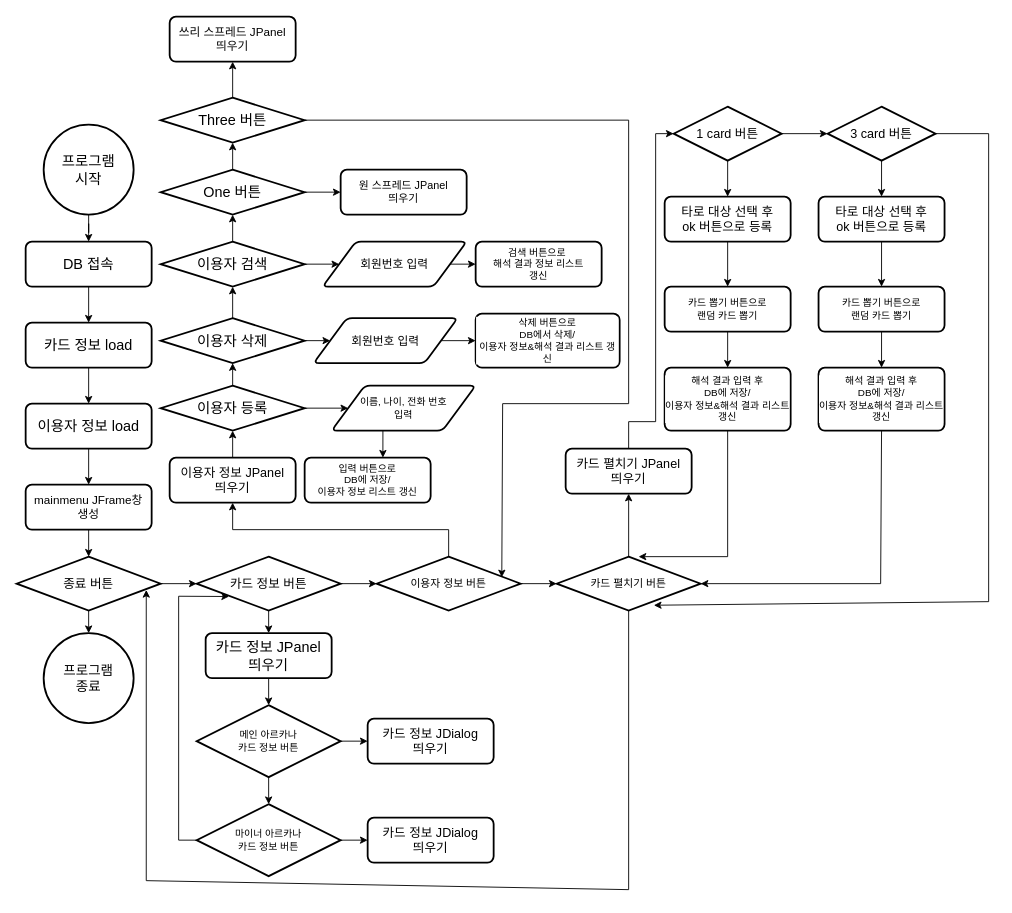
Earlier version of the draw.io diagram 플로우 차트.drawio (GSD-1025/jprojec). Source tidied: cells renumbered, new cells numbered last; positions are measured from the earlier drawing's top-left corner, leaving out a move shared by most shapes. Both pictures are drawn from the tidied source at 90%, with x=0, y=0 at pixel (16, 16).
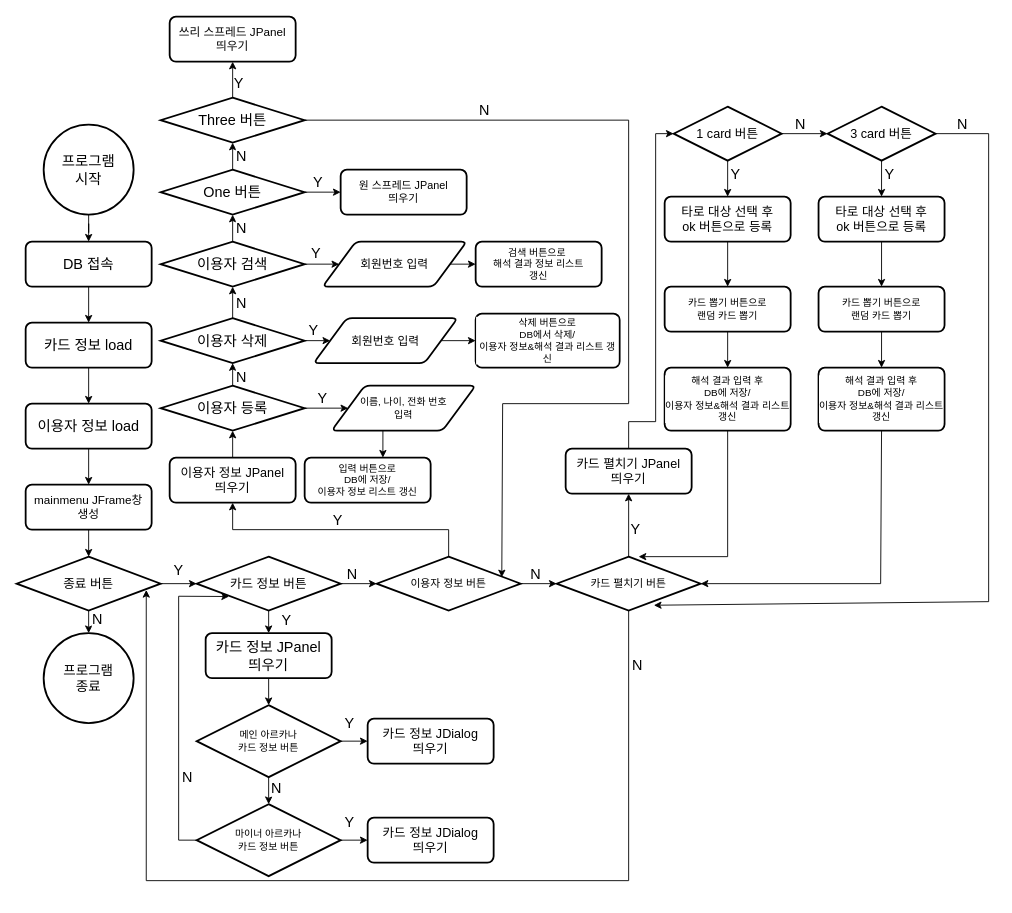
The same diagram, later.

The change refers to these unchanged cells:
```xml
<mxCell id="14" value="&lt;font style=&quot;font-size: 14px;&quot;&gt;종료 버튼&lt;/font&gt;" style="strokeWidth=2;html=1;shape=mxgraph.flowchart.decision;whiteSpace=wrap;fontFamily=Helvetica;fontSize=11;fontColor=default;labelBackgroundColor=default;" parent="1" vertex="1">
  <mxGeometry y="600" width="160" height="60" as="geometry" />
</mxCell>
<mxCell id="62" value="&lt;span style=&quot;font-size: 12px;&quot;&gt;카드 펼치기 버튼&lt;/span&gt;" style="strokeWidth=2;html=1;shape=mxgraph.flowchart.decision;whiteSpace=wrap;fontFamily=Helvetica;fontSize=11;fontColor=default;labelBackgroundColor=default;" parent="1" vertex="1">
  <mxGeometry x="600" y="600" width="160" height="60" as="geometry" />
</mxCell>
```

The edit, as a diff of the source:
```diff
@@
     <mxCell id="60" style="edgeStyle=none;shape=connector;rounded=0;jettySize=auto;html=1;exitX=0.5;exitY=1;exitDx=0;exitDy=0;exitPerimeter=0;strokeColor=default;align=center;verticalAlign=middle;fontFamily=Helvetica;fontSize=11;fontColor=default;labelBackgroundColor=default;endArrow=classic;entryX=0.9;entryY=0.617;entryDx=0;entryDy=0;entryPerimeter=0;" parent="1" edge="1" source="62" target="14">
       <mxGeometry relative="1" as="geometry">
         <Array as="points">
-          <mxPoint x="680" y="970" />
+          <mxPoint x="680" y="960" />
           <mxPoint x="144" y="960" />
         </Array>
       </mxGeometry>
     </mxCell>
@@
+    <mxCell id="83" value="&lt;font style=&quot;font-size: 16px;&quot;&gt;Y&lt;/font&gt;" style="text;html=1;align=center;verticalAlign=middle;whiteSpace=wrap;rounded=0;fontFamily=Helvetica;fontSize=11;fontColor=default;labelBackgroundColor=default;" parent="1" vertex="1">
+      <mxGeometry x="150" y="600" width="60" height="30" as="geometry" />
+    </mxCell>
+    <mxCell id="84" value="&lt;font style=&quot;font-size: 16px;&quot;&gt;Y&lt;/font&gt;" style="text;html=1;align=center;verticalAlign=middle;whiteSpace=wrap;rounded=0;fontFamily=Helvetica;fontSize=11;fontColor=default;labelBackgroundColor=default;" parent="1" vertex="1">
+      <mxGeometry x="270" y="655" width="60" height="30" as="geometry" />
+    </mxCell>
+    <mxCell id="85" value="&lt;font style=&quot;font-size: 16px;&quot;&gt;Y&lt;/font&gt;" style="text;html=1;align=center;verticalAlign=middle;whiteSpace=wrap;rounded=0;fontFamily=Helvetica;fontSize=11;fontColor=default;labelBackgroundColor=default;" parent="1" vertex="1">
+      <mxGeometry x="340" y="770" width="60" height="30" as="geometry" />
+    </mxCell>
+    <mxCell id="86" value="&lt;font style=&quot;font-size: 16px;&quot;&gt;Y&lt;/font&gt;" style="text;html=1;align=center;verticalAlign=middle;whiteSpace=wrap;rounded=0;fontFamily=Helvetica;fontSize=11;fontColor=default;labelBackgroundColor=default;" parent="1" vertex="1">
+      <mxGeometry x="340" y="880" width="60" height="30" as="geometry" />
+    </mxCell>
+    <mxCell id="87" value="&lt;font style=&quot;font-size: 16px;&quot;&gt;Y&lt;/font&gt;" style="text;html=1;align=center;verticalAlign=middle;whiteSpace=wrap;rounded=0;fontFamily=Helvetica;fontSize=11;fontColor=default;labelBackgroundColor=default;" parent="1" vertex="1">
+      <mxGeometry x="300" y="333" width="60" height="30" as="geometry" />
+    </mxCell>
+    <mxCell id="88" value="&lt;font style=&quot;font-size: 16px;&quot;&gt;Y&lt;/font&gt;" style="text;html=1;align=center;verticalAlign=middle;whiteSpace=wrap;rounded=0;fontFamily=Helvetica;fontSize=11;fontColor=default;labelBackgroundColor=default;" parent="1" vertex="1">
+      <mxGeometry x="310" y="409" width="60" height="30" as="geometry" />
+    </mxCell>
+    <mxCell id="89" value="&lt;font style=&quot;font-size: 16px;&quot;&gt;Y&lt;/font&gt;" style="text;html=1;align=center;verticalAlign=middle;whiteSpace=wrap;rounded=0;fontFamily=Helvetica;fontSize=11;fontColor=default;labelBackgroundColor=default;" parent="1" vertex="1">
+      <mxGeometry x="303" y="248" width="60" height="30" as="geometry" />
+    </mxCell>
+    <mxCell id="90" value="&lt;font style=&quot;font-size: 16px;&quot;&gt;Y&lt;/font&gt;" style="text;html=1;align=center;verticalAlign=middle;whiteSpace=wrap;rounded=0;fontFamily=Helvetica;fontSize=11;fontColor=default;labelBackgroundColor=default;" parent="1" vertex="1">
+      <mxGeometry x="327" y="544" width="60" height="30" as="geometry" />
+    </mxCell>
+    <mxCell id="91" value="&lt;font style=&quot;font-size: 16px;&quot;&gt;Y&lt;/font&gt;" style="text;html=1;align=center;verticalAlign=middle;whiteSpace=wrap;rounded=0;fontFamily=Helvetica;fontSize=11;fontColor=default;labelBackgroundColor=default;" parent="1" vertex="1">
+      <mxGeometry x="305" y="169" width="60" height="30" as="geometry" />
+    </mxCell>
+    <mxCell id="92" value="&lt;font style=&quot;font-size: 16px;&quot;&gt;Y&lt;/font&gt;" style="text;html=1;align=center;verticalAlign=middle;whiteSpace=wrap;rounded=0;fontFamily=Helvetica;fontSize=11;fontColor=default;labelBackgroundColor=default;" parent="1" vertex="1">
+      <mxGeometry x="217" y="59" width="60" height="30" as="geometry" />
+    </mxCell>
+    <mxCell id="93" value="&lt;font style=&quot;font-size: 16px;&quot;&gt;Y&lt;/font&gt;" style="text;html=1;align=center;verticalAlign=middle;whiteSpace=wrap;rounded=0;fontFamily=Helvetica;fontSize=11;fontColor=default;labelBackgroundColor=default;" parent="1" vertex="1">
+      <mxGeometry x="658" y="554" width="60" height="30" as="geometry" />
+    </mxCell>
+    <mxCell id="94" value="&lt;font style=&quot;font-size: 16px;&quot;&gt;Y&lt;/font&gt;" style="text;html=1;align=center;verticalAlign=middle;whiteSpace=wrap;rounded=0;fontFamily=Helvetica;fontSize=11;fontColor=default;labelBackgroundColor=default;" parent="1" vertex="1">
+      <mxGeometry x="769" y="160" width="60" height="30" as="geometry" />
+    </mxCell>
+    <mxCell id="95" value="&lt;font style=&quot;font-size: 16px;&quot;&gt;Y&lt;/font&gt;" style="text;html=1;align=center;verticalAlign=middle;whiteSpace=wrap;rounded=0;fontFamily=Helvetica;fontSize=11;fontColor=default;labelBackgroundColor=default;" parent="1" vertex="1">
+      <mxGeometry x="940" y="160" width="60" height="30" as="geometry" />
+    </mxCell>
+    <mxCell id="96" value="&lt;font style=&quot;font-size: 16px;&quot;&gt;N&lt;/font&gt;" style="text;html=1;align=center;verticalAlign=middle;whiteSpace=wrap;rounded=0;fontFamily=Helvetica;fontSize=11;fontColor=default;labelBackgroundColor=default;" parent="1" vertex="1">
+      <mxGeometry x="60" y="654" width="60" height="30" as="geometry" />
+    </mxCell>
+    <mxCell id="97" value="&lt;font style=&quot;font-size: 16px;&quot;&gt;N&lt;/font&gt;" style="text;html=1;align=center;verticalAlign=middle;whiteSpace=wrap;rounded=0;fontFamily=Helvetica;fontSize=11;fontColor=default;labelBackgroundColor=default;" parent="1" vertex="1">
+      <mxGeometry x="259" y="842" width="60" height="30" as="geometry" />
+    </mxCell>
+    <mxCell id="98" value="&lt;font style=&quot;font-size: 16px;&quot;&gt;N&lt;/font&gt;" style="text;html=1;align=center;verticalAlign=middle;whiteSpace=wrap;rounded=0;fontFamily=Helvetica;fontSize=11;fontColor=default;labelBackgroundColor=default;" parent="1" vertex="1">
+      <mxGeometry x="160" y="830" width="60" height="30" as="geometry" />
+    </mxCell>
+    <mxCell id="99" value="&lt;font style=&quot;font-size: 16px;&quot;&gt;N&lt;/font&gt;" style="text;html=1;align=center;verticalAlign=middle;whiteSpace=wrap;rounded=0;fontFamily=Helvetica;fontSize=11;fontColor=default;labelBackgroundColor=default;" parent="1" vertex="1">
+      <mxGeometry x="343" y="604" width="60" height="30" as="geometry" />
+    </mxCell>
+    <mxCell id="100" value="&lt;font style=&quot;font-size: 16px;&quot;&gt;N&lt;/font&gt;" style="text;html=1;align=center;verticalAlign=middle;whiteSpace=wrap;rounded=0;fontFamily=Helvetica;fontSize=11;fontColor=default;labelBackgroundColor=default;" parent="1" vertex="1">
+      <mxGeometry x="220" y="385" width="60" height="30" as="geometry" />
+    </mxCell>
+    <mxCell id="101" value="&lt;font style=&quot;font-size: 16px;&quot;&gt;N&lt;/font&gt;" style="text;html=1;align=center;verticalAlign=middle;whiteSpace=wrap;rounded=0;fontFamily=Helvetica;fontSize=11;fontColor=default;labelBackgroundColor=default;" parent="1" vertex="1">
+      <mxGeometry x="220" y="303" width="60" height="30" as="geometry" />
+    </mxCell>
+    <mxCell id="102" value="&lt;font style=&quot;font-size: 16px;&quot;&gt;N&lt;/font&gt;" style="text;html=1;align=center;verticalAlign=middle;whiteSpace=wrap;rounded=0;fontFamily=Helvetica;fontSize=11;fontColor=default;labelBackgroundColor=default;" parent="1" vertex="1">
+      <mxGeometry x="220" y="220" width="60" height="30" as="geometry" />
+    </mxCell>
+    <mxCell id="103" value="&lt;font style=&quot;font-size: 16px;&quot;&gt;N&lt;/font&gt;" style="text;html=1;align=center;verticalAlign=middle;whiteSpace=wrap;rounded=0;fontFamily=Helvetica;fontSize=11;fontColor=default;labelBackgroundColor=default;" parent="1" vertex="1">
+      <mxGeometry x="220" y="140" width="60" height="30" as="geometry" />
+    </mxCell>
+    <mxCell id="104" value="&lt;font style=&quot;font-size: 16px;&quot;&gt;N&lt;/font&gt;" style="text;html=1;align=center;verticalAlign=middle;whiteSpace=wrap;rounded=0;fontFamily=Helvetica;fontSize=11;fontColor=default;labelBackgroundColor=default;" parent="1" vertex="1">
+      <mxGeometry x="490" y="89" width="60" height="30" as="geometry" />
+    </mxCell>
+    <mxCell id="105" value="&lt;font style=&quot;font-size: 16px;&quot;&gt;N&lt;/font&gt;" style="text;html=1;align=center;verticalAlign=middle;whiteSpace=wrap;rounded=0;fontFamily=Helvetica;fontSize=11;fontColor=default;labelBackgroundColor=default;" parent="1" vertex="1">
+      <mxGeometry x="547" y="604" width="60" height="30" as="geometry" />
+    </mxCell>
+    <mxCell id="106" value="&lt;font style=&quot;font-size: 16px;&quot;&gt;N&lt;/font&gt;" style="text;html=1;align=center;verticalAlign=middle;whiteSpace=wrap;rounded=0;fontFamily=Helvetica;fontSize=11;fontColor=default;labelBackgroundColor=default;" parent="1" vertex="1">
+      <mxGeometry x="660" y="705" width="60" height="30" as="geometry" />
+    </mxCell>
+    <mxCell id="107" value="&lt;font style=&quot;font-size: 16px;&quot;&gt;N&lt;/font&gt;" style="text;html=1;align=center;verticalAlign=middle;whiteSpace=wrap;rounded=0;fontFamily=Helvetica;fontSize=11;fontColor=default;labelBackgroundColor=default;" parent="1" vertex="1">
+      <mxGeometry x="841" y="104" width="60" height="30" as="geometry" />
+    </mxCell>
+    <mxCell id="108" value="&lt;font style=&quot;font-size: 16px;&quot;&gt;N&lt;/font&gt;" style="text;html=1;align=center;verticalAlign=middle;whiteSpace=wrap;rounded=0;fontFamily=Helvetica;fontSize=11;fontColor=default;labelBackgroundColor=default;" parent="1" vertex="1">
+      <mxGeometry x="1021" y="104" width="60" height="30" as="geometry" />
+    </mxCell>
```
